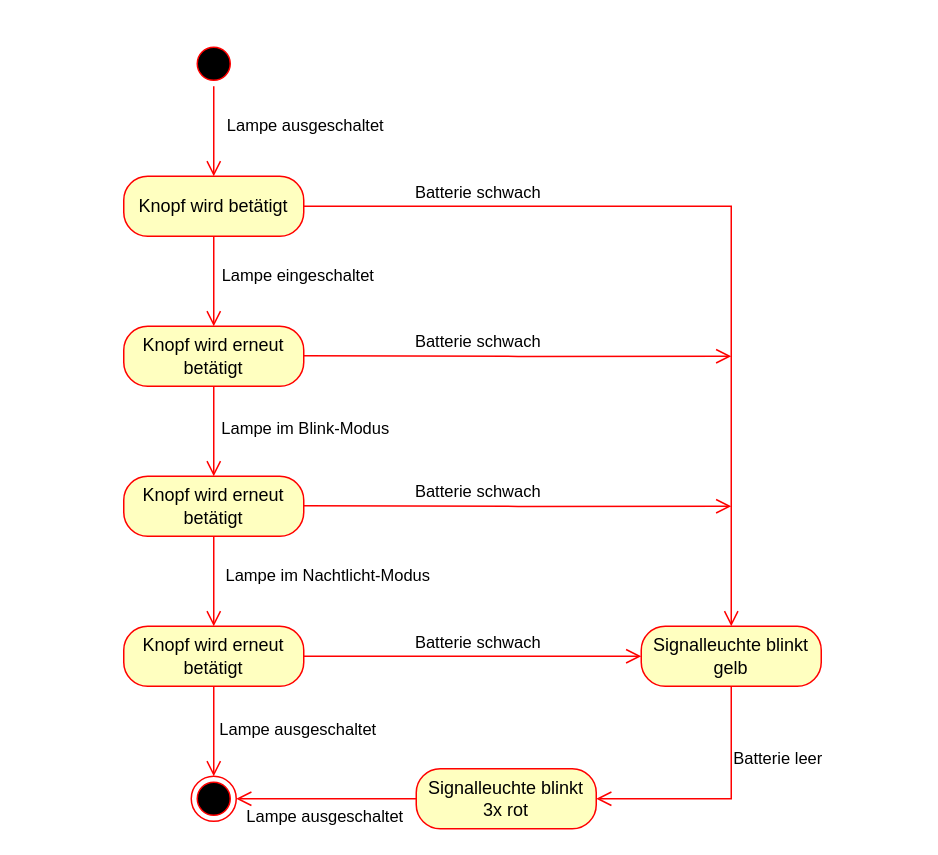
Above: AufgabeZustandsdiagrammTaschenlampeKH06_08_25.drawio in Odin2325/TQ5Juli (draw.io), before the change. Source tidied: cells renumbered, new cells numbered last; positions are measured from the earlier drawing's top-left corner, leaving out a move shared by most shapes. Both pictures are drawn from the tidied source at 150%, with x=0, y=0 at pixel (123, 40).
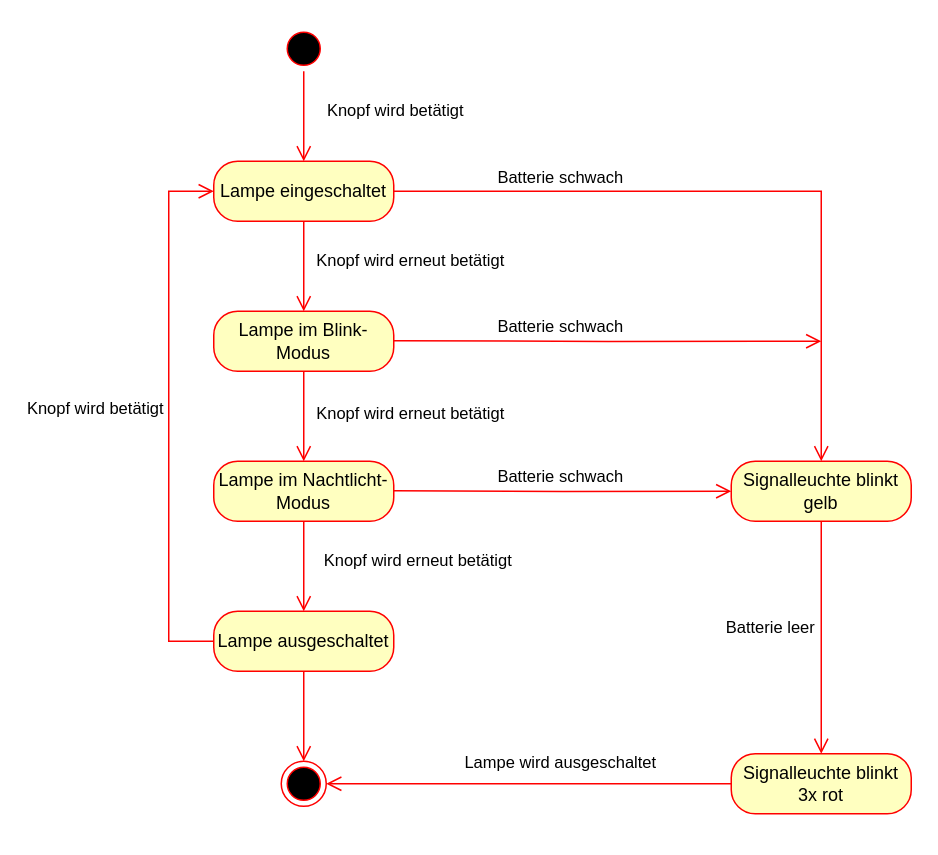
After the change.

Commit message:
AufgabeZustandsdiagrammTaschenlampeKH06_08_25 angepasst

What changed in the source:
```diff
@@
-    <mxCell id="2" style="ellipse;html=1;shape=startState;fillColor=#000000;strokeColor=#ff0000;" parent="1" vertex="1">
-      <mxGeometry x="45" width="30" height="30" as="geometry" />
-    </mxCell>
-    <mxCell id="3" style="edgeStyle=orthogonalEdgeStyle;html=1;verticalAlign=bottom;endArrow=open;endSize=8;strokeColor=#ff0000;rounded=0;" parent="1" edge="1" source="2">
-      <mxGeometry relative="1" as="geometry">
-        <mxPoint x="60" y="90" as="targetPoint" />
-      </mxGeometry>
-    </mxCell>
-    <mxCell id="4" value="Lampe ausgeschaltet" style="edgeLabel;html=1;align=center;verticalAlign=middle;" parent="3" vertex="1">
-      <mxGeometry x="-0.16" y="1" relative="1" as="geometry">
-        <mxPoint x="59" as="offset" />
-      </mxGeometry>
-    </mxCell>
-    <mxCell id="5" value="Knopf wird betätigt" style="rounded=1;whiteSpace=wrap;html=1;arcSize=40;fontColor=#000000;fillColor=#ffffc0;strokeColor=#ff0000;" parent="1" vertex="1">
-      <mxGeometry y="90" width="120" height="40" as="geometry" />
-    </mxCell>
-    <mxCell id="6" style="edgeStyle=orthogonalEdgeStyle;html=1;verticalAlign=bottom;endArrow=open;endSize=8;strokeColor=#ff0000;rounded=0;" parent="1" edge="1" source="5">
-      <mxGeometry relative="1" as="geometry">
-        <mxPoint x="60" y="190" as="targetPoint" />
-      </mxGeometry>
-    </mxCell>
+    <mxCell id="32" style="ellipse;html=1;shape=startState;fillColor=#000000;strokeColor=#ff0000;" parent="1" vertex="1">
+      <mxGeometry x="105" y="-10" width="30" height="30" as="geometry" />
+    </mxCell>
+    <mxCell id="33" style="edgeStyle=orthogonalEdgeStyle;html=1;verticalAlign=bottom;endArrow=open;endSize=8;strokeColor=#ff0000;rounded=0;" parent="1" edge="1" source="32">
+      <mxGeometry relative="1" as="geometry">
+        <mxPoint x="120" y="80" as="targetPoint" />
+      </mxGeometry>
+    </mxCell>
+    <mxCell id="34" value="Knopf wird betätigt" style="edgeLabel;html=1;align=center;verticalAlign=middle;" parent="33" vertex="1">
+      <mxGeometry x="-0.16" y="1" relative="1" as="geometry">
+        <mxPoint x="59" as="offset" />
+      </mxGeometry>
+    </mxCell>
-    <mxCell id="7" value="Lampe eingeschaltet" style="edgeLabel;html=1;align=center;verticalAlign=middle;points=[];" parent="6" vertex="1">
-      <mxGeometry x="-0.16" y="1" relative="1" as="geometry">
-        <mxPoint x="54" as="offset" />
-      </mxGeometry>
+    <mxCell id="7" value="Lampe eingeschaltet" style="rounded=1;whiteSpace=wrap;html=1;arcSize=40;fontColor=#000000;fillColor=#ffffc0;strokeColor=#ff0000;" parent="1" vertex="1">
+      <mxGeometry x="60" y="80" width="120" height="40" as="geometry" />
     </mxCell>
-    <mxCell id="8" style="ellipse;html=1;shape=endState;fillColor=#000000;strokeColor=#ff0000;" parent="1" vertex="1">
-      <mxGeometry x="45" y="490" width="30" height="30" as="geometry" />
-    </mxCell>
-    <mxCell id="9" value="Knopf wird erneut betätigt" style="rounded=1;whiteSpace=wrap;html=1;arcSize=40;fontColor=#000000;fillColor=#ffffc0;strokeColor=#ff0000;" parent="1" vertex="1">
-      <mxGeometry y="190" width="120" height="40" as="geometry" />
-    </mxCell>
-    <mxCell id="10" style="edgeStyle=orthogonalEdgeStyle;html=1;verticalAlign=bottom;endArrow=open;endSize=8;strokeColor=#ff0000;rounded=0;" parent="1" edge="1" source="9">
-      <mxGeometry relative="1" as="geometry">
-        <mxPoint x="60" y="290" as="targetPoint" />
-      </mxGeometry>
-    </mxCell>
+    <mxCell id="35" style="edgeStyle=orthogonalEdgeStyle;html=1;verticalAlign=bottom;endArrow=open;endSize=8;strokeColor=#ff0000;rounded=0;" parent="1" edge="1" source="7">
+      <mxGeometry relative="1" as="geometry">
+        <mxPoint x="120" y="180" as="targetPoint" />
+      </mxGeometry>
+    </mxCell>
+    <mxCell id="36" value="Knopf wird erneut betätigt" style="edgeLabel;html=1;align=center;verticalAlign=middle;" parent="35" vertex="1">
+      <mxGeometry x="-0.16" y="1" relative="1" as="geometry">
+        <mxPoint x="69" as="offset" />
+      </mxGeometry>
+    </mxCell>
+    <mxCell id="37" style="ellipse;html=1;shape=endState;fillColor=#000000;strokeColor=#ff0000;" parent="1" vertex="1">
+      <mxGeometry x="105" y="480" width="30" height="30" as="geometry" />
+    </mxCell>
-    <mxCell id="11" value="Lampe im Blink-Modus" style="edgeLabel;html=1;align=center;verticalAlign=middle;points=[];" parent="10" vertex="1">
-      <mxGeometry x="-0.1" y="-1" relative="1" as="geometry">
-        <mxPoint x="61" as="offset" />
-      </mxGeometry>
+    <mxCell id="11" value="Lampe im Blink-Modus" style="rounded=1;whiteSpace=wrap;html=1;arcSize=40;fontColor=#000000;fillColor=#ffffc0;strokeColor=#ff0000;" parent="1" vertex="1">
+      <mxGeometry x="60" y="180" width="120" height="40" as="geometry" />
     </mxCell>
-    <mxCell id="12" value="Knopf wird erneut betätigt" style="rounded=1;whiteSpace=wrap;html=1;arcSize=40;fontColor=#000000;fillColor=#ffffc0;strokeColor=#ff0000;" parent="1" vertex="1">
-      <mxGeometry y="290" width="120" height="40" as="geometry" />
-    </mxCell>
-    <mxCell id="13" style="edgeStyle=orthogonalEdgeStyle;html=1;verticalAlign=bottom;endArrow=open;endSize=8;strokeColor=#ff0000;rounded=0;" parent="1" edge="1" source="12">
-      <mxGeometry relative="1" as="geometry">
-        <mxPoint x="60" y="390" as="targetPoint" />
-      </mxGeometry>
-    </mxCell>
+    <mxCell id="38" style="edgeStyle=orthogonalEdgeStyle;html=1;verticalAlign=bottom;endArrow=open;endSize=8;strokeColor=#ff0000;rounded=0;" parent="1" edge="1" source="11">
+      <mxGeometry relative="1" as="geometry">
+        <mxPoint x="120" y="280" as="targetPoint" />
+      </mxGeometry>
+    </mxCell>
+    <mxCell id="39" value="Knopf wird erneut betätigt" style="edgeLabel;html=1;align=center;verticalAlign=middle;" parent="38" vertex="1">
+      <mxGeometry x="-0.1" y="-1" relative="1" as="geometry">
+        <mxPoint x="71" as="offset" />
+      </mxGeometry>
+    </mxCell>
-    <mxCell id="14" value="Lampe im Nachtlicht-Modus" style="edgeLabel;html=1;align=center;verticalAlign=middle;points=[];" parent="13" vertex="1">
-      <mxGeometry x="-0.16" relative="1" as="geometry">
-        <mxPoint x="75" as="offset" />
-      </mxGeometry>
+    <mxCell id="14" value="Lampe im Nachtlicht-Modus" style="rounded=1;whiteSpace=wrap;html=1;arcSize=40;fontColor=#000000;fillColor=#ffffc0;strokeColor=#ff0000;" parent="1" vertex="1">
+      <mxGeometry x="60" y="280" width="120" height="40" as="geometry" />
     </mxCell>
-    <mxCell id="15" value="Knopf wird erneut betätigt" style="rounded=1;whiteSpace=wrap;html=1;arcSize=40;fontColor=#000000;fillColor=#ffffc0;strokeColor=#ff0000;" parent="1" vertex="1">
-      <mxGeometry y="390" width="120" height="40" as="geometry" />
-    </mxCell>
-    <mxCell id="16" style="edgeStyle=orthogonalEdgeStyle;html=1;verticalAlign=bottom;endArrow=open;endSize=8;strokeColor=#ff0000;rounded=0;" parent="1" edge="1" source="15">
-      <mxGeometry relative="1" as="geometry">
-        <mxPoint x="60" y="490" as="targetPoint" />
-      </mxGeometry>
-    </mxCell>
-    <mxCell id="17" value="Lampe ausgeschaltet" style="edgeLabel;html=1;align=center;verticalAlign=middle;" parent="16" vertex="1">
-      <mxGeometry x="-0.07" y="1" relative="1" as="geometry">
-        <mxPoint x="54" as="offset" />
-      </mxGeometry>
-    </mxCell>
-    <mxCell id="18" style="edgeStyle=orthogonalEdgeStyle;html=1;verticalAlign=bottom;endArrow=open;endSize=8;strokeColor=#ff0000;rounded=0;exitX=1;exitY=0.5;exitDx=0;exitDy=0;entryX=0.5;entryY=0;entryDx=0;entryDy=0;" parent="1" edge="1" source="5" target="20">
-      <mxGeometry relative="1" as="geometry" />
-    </mxCell>
-    <mxCell id="19" value="Batterie schwach" style="edgeLabel;html=1;align=center;verticalAlign=middle;" parent="18" vertex="1">
-      <mxGeometry x="-0.2" y="1" relative="1" as="geometry">
-        <mxPoint x="-111" y="-9" as="offset" />
-      </mxGeometry>
-    </mxCell>
+    <mxCell id="40" style="edgeStyle=orthogonalEdgeStyle;html=1;verticalAlign=bottom;endArrow=open;endSize=8;strokeColor=#ff0000;rounded=0;" parent="1" edge="1" source="14">
+      <mxGeometry relative="1" as="geometry">
+        <mxPoint x="120" y="380" as="targetPoint" />
+      </mxGeometry>
+    </mxCell>
+    <mxCell id="41" value="Knopf wird erneut betätigt" style="edgeLabel;html=1;align=center;verticalAlign=middle;" parent="40" vertex="1">
+      <mxGeometry x="-0.16" relative="1" as="geometry">
+        <mxPoint x="75" as="offset" />
+      </mxGeometry>
+    </mxCell>
+    <mxCell id="42" value="Lampe ausgeschaltet" style="rounded=1;whiteSpace=wrap;html=1;arcSize=40;fontColor=#000000;fillColor=#ffffc0;strokeColor=#ff0000;" parent="1" vertex="1">
+      <mxGeometry x="60" y="380" width="120" height="40" as="geometry" />
+    </mxCell>
+    <mxCell id="43" style="edgeStyle=orthogonalEdgeStyle;html=1;verticalAlign=bottom;endArrow=open;endSize=8;strokeColor=#ff0000;rounded=0;" parent="1" edge="1" source="42">
+      <mxGeometry relative="1" as="geometry">
+        <mxPoint x="120" y="480" as="targetPoint" />
+      </mxGeometry>
+    </mxCell>
+    <mxCell id="44" style="edgeStyle=orthogonalEdgeStyle;html=1;verticalAlign=bottom;endArrow=open;endSize=8;strokeColor=#ff0000;rounded=0;exitX=1;exitY=0.5;exitDx=0;exitDy=0;entryX=0.5;entryY=0;entryDx=0;entryDy=0;" parent="1" edge="1" source="7" target="20">
+      <mxGeometry relative="1" as="geometry" />
+    </mxCell>
+    <mxCell id="45" value="Batterie schwach" style="edgeLabel;html=1;align=center;verticalAlign=middle;" parent="44" vertex="1">
+      <mxGeometry x="-0.2" y="1" relative="1" as="geometry">
+        <mxPoint x="-76" y="-9" as="offset" />
+      </mxGeometry>
+    </mxCell>
     <mxCell id="20" value="Signalleuchte blinkt gelb" style="rounded=1;whiteSpace=wrap;html=1;arcSize=40;fontColor=#000000;fillColor=#ffffc0;strokeColor=#ff0000;" parent="1" vertex="1">
-      <mxGeometry x="345" y="390" width="120" height="40" as="geometry" />
+      <mxGeometry x="405" y="280" width="120" height="40" as="geometry" />
     </mxCell>
-    <mxCell id="21" style="edgeStyle=orthogonalEdgeStyle;html=1;verticalAlign=bottom;endArrow=open;endSize=8;strokeColor=#ff0000;rounded=0;entryX=1;entryY=0.5;entryDx=0;entryDy=0;exitX=0.5;exitY=1;exitDx=0;exitDy=0;" parent="1" edge="1" source="20" target="25">
+    <mxCell id="21" style="edgeStyle=orthogonalEdgeStyle;html=1;verticalAlign=bottom;endArrow=open;endSize=8;strokeColor=#ff0000;rounded=0;entryX=0.5;entryY=0;entryDx=0;entryDy=0;exitX=0.5;exitY=1;exitDx=0;exitDy=0;" parent="1" edge="1" source="20" target="25">
       <mxGeometry relative="1" as="geometry" />
     </mxCell>
     <mxCell id="22" value="Batterie leer" style="edgeLabel;html=1;align=center;verticalAlign=middle;" parent="21" vertex="1">
       <mxGeometry x="-0.43" y="1" relative="1" as="geometry">
-        <mxPoint x="29" as="offset" />
+        <mxPoint x="-36" y="26" as="offset" />
       </mxGeometry>
     </mxCell>
-    <mxCell id="23" style="edgeStyle=orthogonalEdgeStyle;html=1;verticalAlign=bottom;endArrow=open;endSize=8;strokeColor=#ff0000;rounded=0;exitX=1;exitY=0.5;exitDx=0;exitDy=0;" parent="1" edge="1">
-      <mxGeometry relative="1" as="geometry">
-        <mxPoint x="120" y="209.6" as="sourcePoint" />
-        <mxPoint x="405" y="210" as="targetPoint" />
-      </mxGeometry>
-    </mxCell>
-    <mxCell id="24" value="Batterie schwach" style="edgeLabel;html=1;align=center;verticalAlign=middle;" parent="23" vertex="1">
-      <mxGeometry x="-0.2" y="1" relative="1" as="geometry">
-        <mxPoint x="1" y="-9" as="offset" />
-      </mxGeometry>
-    </mxCell>
+    <mxCell id="46" style="edgeStyle=orthogonalEdgeStyle;html=1;verticalAlign=bottom;endArrow=open;endSize=8;strokeColor=#ff0000;rounded=0;exitX=1;exitY=0.5;exitDx=0;exitDy=0;" parent="1" edge="1">
+      <mxGeometry relative="1" as="geometry">
+        <mxPoint x="180" y="199.6" as="sourcePoint" />
+        <mxPoint x="465" y="200" as="targetPoint" />
+      </mxGeometry>
+    </mxCell>
+    <mxCell id="47" value="Batterie schwach" style="edgeLabel;html=1;align=center;verticalAlign=middle;" parent="46" vertex="1">
+      <mxGeometry x="-0.2" y="1" relative="1" as="geometry">
+        <mxPoint x="-4" y="-9" as="offset" />
+      </mxGeometry>
+    </mxCell>
     <mxCell id="25" value="Signalleuchte blinkt 3x rot" style="rounded=1;whiteSpace=wrap;html=1;arcSize=40;fontColor=#000000;fillColor=#ffffc0;strokeColor=#ff0000;" parent="1" vertex="1">
-      <mxGeometry x="195" y="485" width="120" height="40" as="geometry" />
+      <mxGeometry x="405" y="475" width="120" height="40" as="geometry" />
     </mxCell>
-    <mxCell id="26" style="edgeStyle=orthogonalEdgeStyle;html=1;verticalAlign=bottom;endArrow=open;endSize=8;strokeColor=#ff0000;rounded=0;entryX=1;entryY=0.5;entryDx=0;entryDy=0;exitX=0;exitY=0.5;exitDx=0;exitDy=0;" parent="1" edge="1" source="25" target="8">
-      <mxGeometry relative="1" as="geometry" />
-    </mxCell>
-    <mxCell id="27" value="Lampe ausgeschaltet" style="edgeLabel;html=1;align=center;verticalAlign=middle;" parent="26" vertex="1">
-      <mxGeometry x="0.03" relative="1" as="geometry">
-        <mxPoint y="11" as="offset" />
-      </mxGeometry>
-    </mxCell>
-    <mxCell id="28" style="edgeStyle=orthogonalEdgeStyle;html=1;verticalAlign=bottom;endArrow=open;endSize=8;strokeColor=#ff0000;rounded=0;exitX=1;exitY=0.5;exitDx=0;exitDy=0;" parent="1" edge="1">
-      <mxGeometry relative="1" as="geometry">
-        <mxPoint x="120" y="309.6" as="sourcePoint" />
-        <mxPoint x="405" y="310" as="targetPoint" />
-      </mxGeometry>
-    </mxCell>
-    <mxCell id="29" value="Batterie schwach" style="edgeLabel;html=1;align=center;verticalAlign=middle;" parent="28" vertex="1">
-      <mxGeometry x="-0.2" y="1" relative="1" as="geometry">
-        <mxPoint x="1" y="-9" as="offset" />
-      </mxGeometry>
-    </mxCell>
-    <mxCell id="30" style="edgeStyle=orthogonalEdgeStyle;html=1;verticalAlign=bottom;endArrow=open;endSize=8;strokeColor=#ff0000;rounded=0;exitX=1;exitY=0.5;exitDx=0;exitDy=0;entryX=0;entryY=0.5;entryDx=0;entryDy=0;" parent="1" edge="1" source="15" target="20">
-      <mxGeometry relative="1" as="geometry" />
-    </mxCell>
-    <mxCell id="31" value="Batterie schwach" style="edgeLabel;html=1;align=center;verticalAlign=middle;" parent="30" vertex="1">
-      <mxGeometry x="-0.2" y="1" relative="1" as="geometry">
-        <mxPoint x="25" y="-9" as="offset" />
-      </mxGeometry>
-    </mxCell>
+    <mxCell id="48" style="edgeStyle=orthogonalEdgeStyle;html=1;verticalAlign=bottom;endArrow=open;endSize=8;strokeColor=#ff0000;rounded=0;entryX=1;entryY=0.5;entryDx=0;entryDy=0;exitX=0;exitY=0.5;exitDx=0;exitDy=0;" parent="1" edge="1" source="25" target="37">
+      <mxGeometry relative="1" as="geometry" />
+    </mxCell>
+    <mxCell id="49" value="Lampe wird ausgeschaltet" style="edgeLabel;html=1;align=center;verticalAlign=middle;" parent="48" vertex="1">
+      <mxGeometry x="0.03" relative="1" as="geometry">
+        <mxPoint x="24" y="-15" as="offset" />
+      </mxGeometry>
+    </mxCell>
+    <mxCell id="50" style="edgeStyle=orthogonalEdgeStyle;html=1;verticalAlign=bottom;endArrow=open;endSize=8;strokeColor=#ff0000;rounded=0;exitX=1;exitY=0.5;exitDx=0;exitDy=0;entryX=0;entryY=0.5;entryDx=0;entryDy=0;" parent="1" edge="1" target="20">
+      <mxGeometry relative="1" as="geometry">
+        <mxPoint x="180" y="299.6" as="sourcePoint" />
+      </mxGeometry>
+    </mxCell>
+    <mxCell id="51" value="Batterie schwach" style="edgeLabel;html=1;align=center;verticalAlign=middle;" parent="50" vertex="1">
+      <mxGeometry x="-0.2" y="1" relative="1" as="geometry">
+        <mxPoint x="20" y="-9" as="offset" />
+      </mxGeometry>
+    </mxCell>
+    <mxCell id="52" style="edgeStyle=orthogonalEdgeStyle;html=1;verticalAlign=bottom;endArrow=open;endSize=8;strokeColor=#ff0000;rounded=0;exitX=0;exitY=0.5;exitDx=0;exitDy=0;entryX=0;entryY=0.5;entryDx=0;entryDy=0;" parent="1" edge="1" source="42" target="7">
+      <mxGeometry relative="1" as="geometry">
+        <Array as="points">
+          <mxPoint x="30" y="400" />
+          <mxPoint x="30" y="100" />
+        </Array>
+      </mxGeometry>
+    </mxCell>
+    <mxCell id="53" value="Knopf wird betätigt" style="edgeLabel;html=1;align=center;verticalAlign=middle;" parent="52" vertex="1">
+      <mxGeometry x="-0.2" y="1" relative="1" as="geometry">
+        <mxPoint x="-49" y="-42" as="offset" />
+      </mxGeometry>
+    </mxCell>
```
